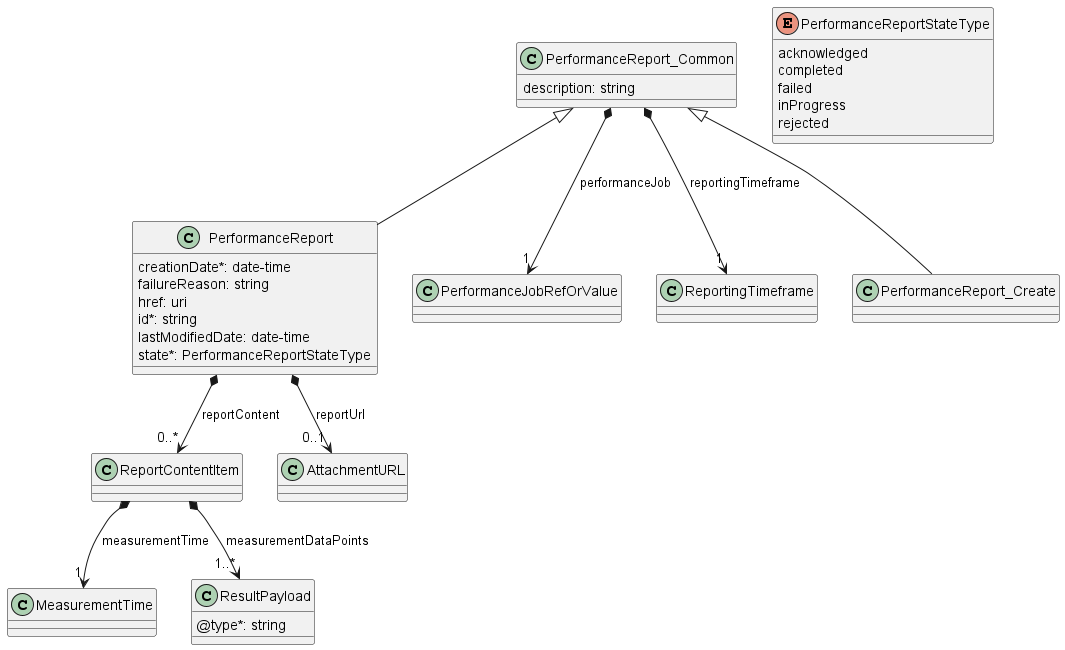
Before: documentation/serviceApi/pm/performance/media/performanceReportModel.png, a diagram exported from PlantUML (MEF-GIT/MEF-LSO-Legato-SDK).
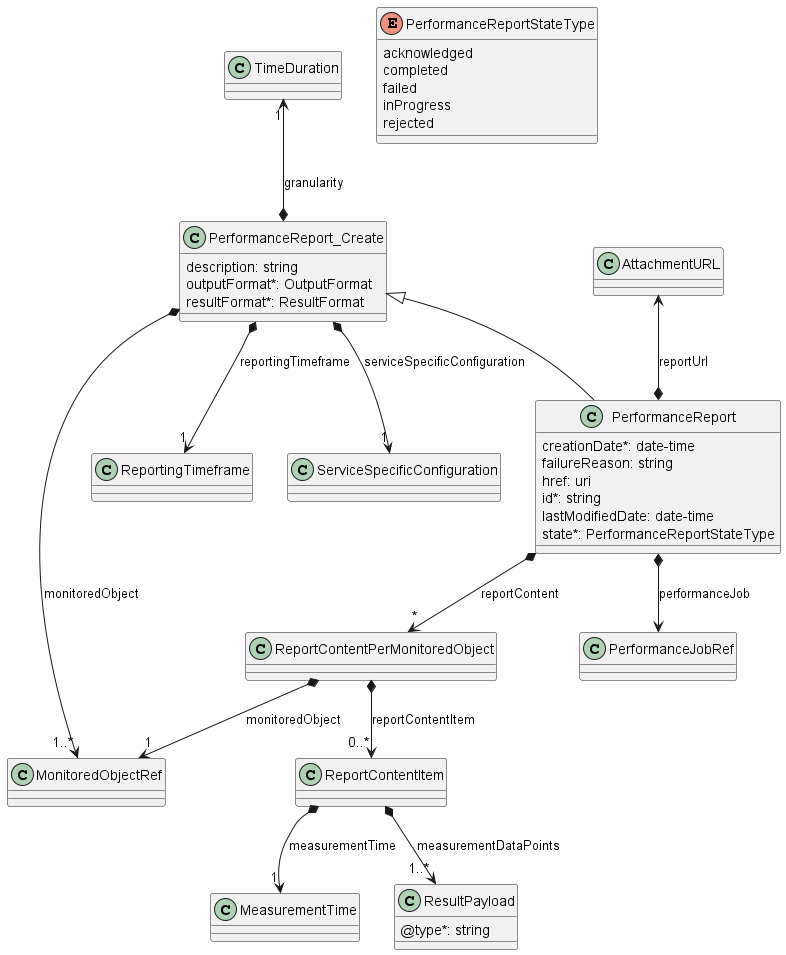
After the commit.

Change to the diagram source:
```diff
@@ -9,34 +9,30 @@
     lastModifiedDate: date-time
     state*: PerformanceReportStateType
 }
-PerformanceReport_Common <|-- PerformanceReport
+PerformanceReport_Create <|-- PerformanceReport
 
-
-PerformanceReport *-->"0..*" ReportContentItem : reportContent
-PerformanceReport *-->"0..1" AttachmentURL : reportUrl
-
-class PerformanceReport_Common {
-
-    description: string
-}
-
-PerformanceReport_Common *-->"1" PerformanceJobRefOrValue : performanceJob
-PerformanceReport_Common *-->"1" ReportingTimeframe : reportingTimeframe
+PerformanceReport *--> PerformanceJobRef : performanceJob
+PerformanceReport *-->"*" ReportContentPerMonitoredObject : reportContent
+PerformanceReport *-u-> AttachmentURL : reportUrl
 
 class PerformanceReport_Create {
 
+    description: string
+    outputFormat*: OutputFormat
+    resultFormat*: ResultFormat
 }
 
-PerformanceReport_Common <|-- PerformanceReport_Create
+PerformanceReport_Create *-u->"1" TimeDuration : granularity
+PerformanceReport_Create *-->"1..*" MonitoredObjectRef : monitoredObject
+PerformanceReport_Create *-->"1" ReportingTimeframe : reportingTimeframe
+PerformanceReport_Create *-->"1" ServiceSpecificConfiguration : serviceSpecificConfiguration
 
+class ReportContentPerMonitoredObject {
 
-enum PerformanceReportStateType {
-    acknowledged
-    completed
-    failed
-    inProgress
-    rejected
 }
+
+ReportContentPerMonitoredObject *-->"1" MonitoredObjectRef : monitoredObject
+ReportContentPerMonitoredObject *-->"0..*" ReportContentItem : reportContentItem
 
 class ReportContentItem {
 
@@ -50,5 +46,13 @@
     @type*: string
 }
 
+enum PerformanceReportStateType {
+    acknowledged
+    completed
+    failed
+    inProgress
+    rejected
+}
+
 
 @enduml
```
